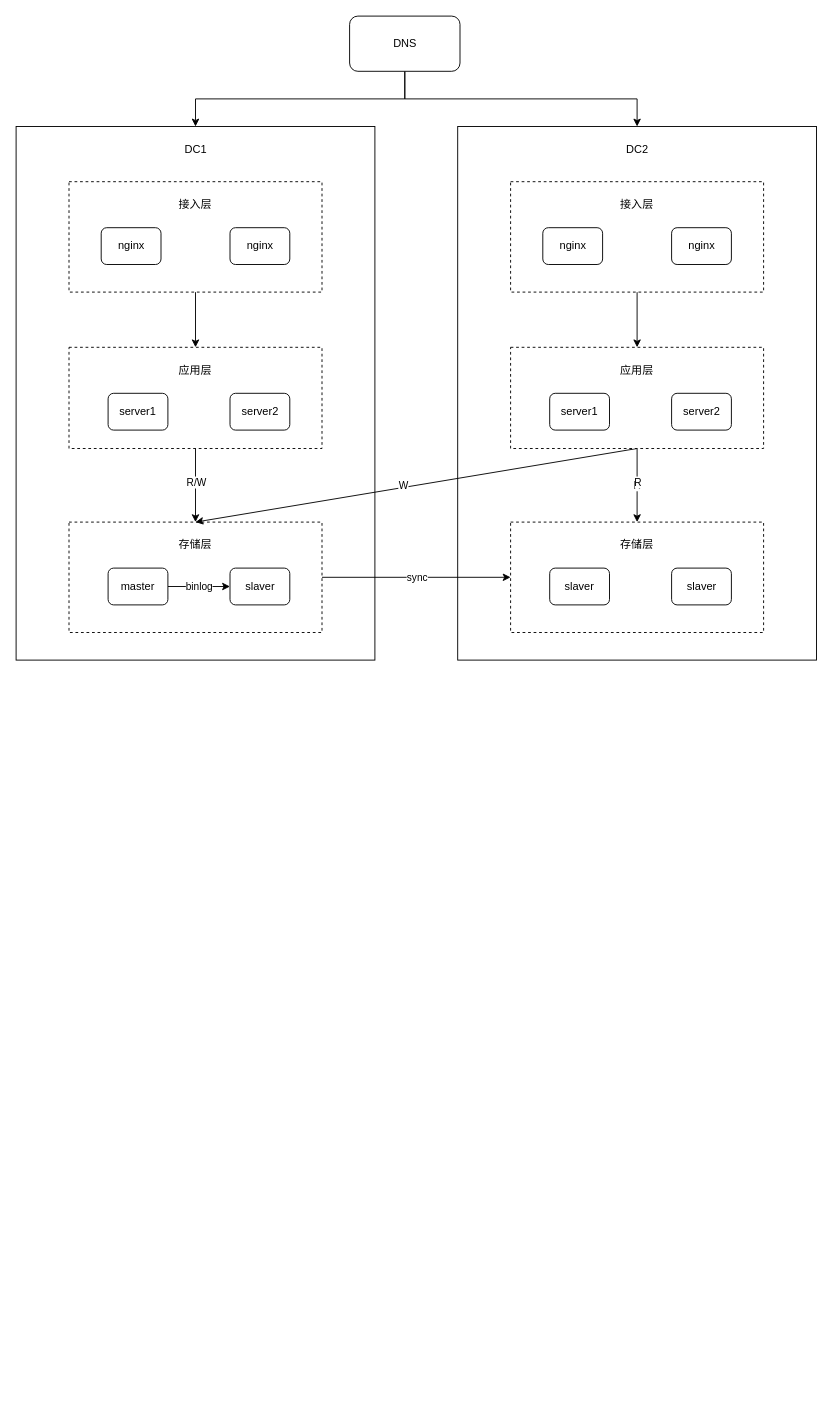
develop-assistant/diagrams keeps this draw.io diagram as drawio/跨机房同步.drawio. Above is the earlier version. Source tidied: cells renumbered, new cells numbered last; positions are measured from the earlier drawing's top-left corner, leaving out a move shared by most shapes. Both pictures are drawn from the tidied source at 92%, with x=0, y=0 at pixel (16, 16).
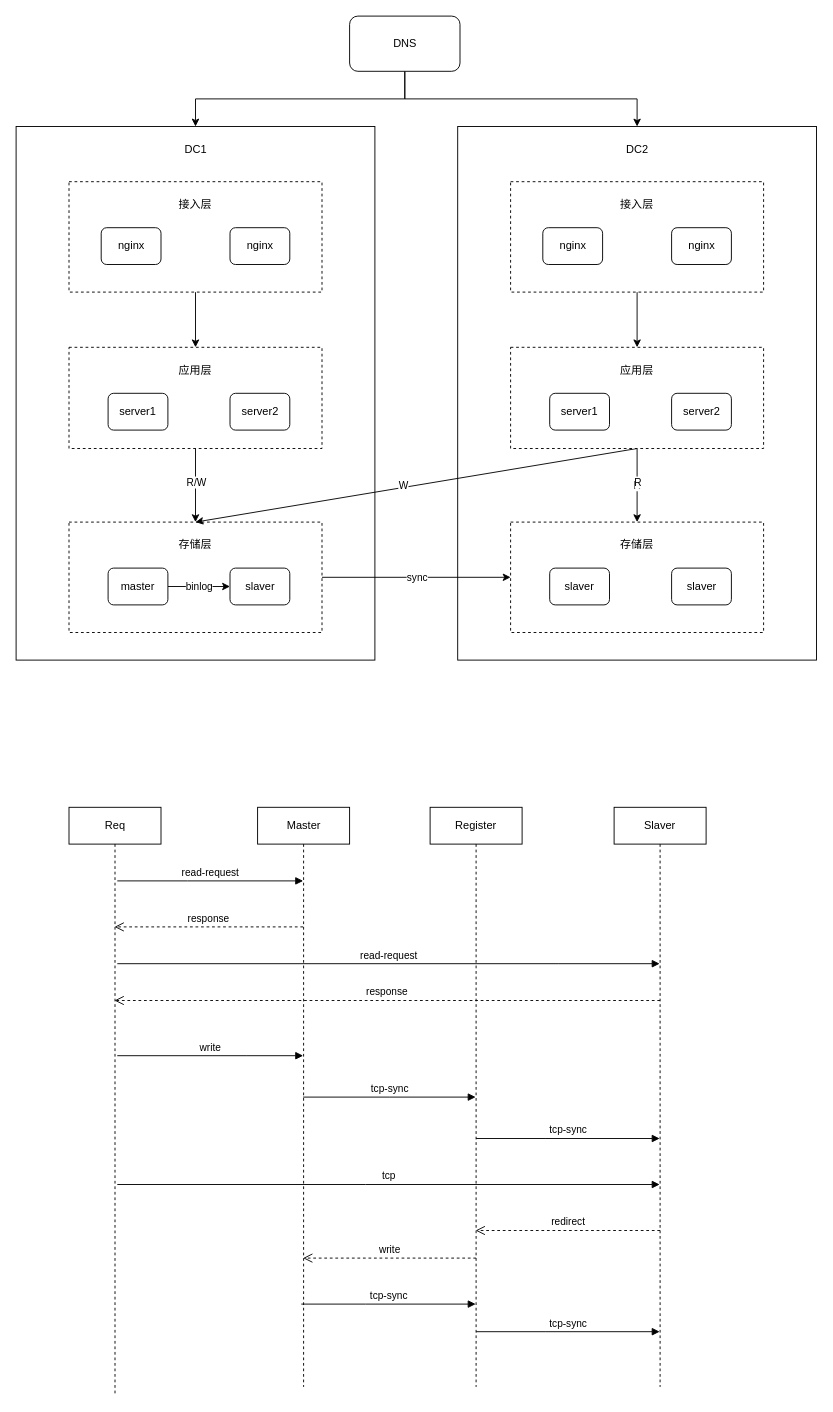
Above is the later version.

Commit message:
更新跨机房同步.drawio

What changed in the source:
```diff
@@
+    <mxCell id="43" value="Req" style="shape=umlLifeline;perimeter=lifelinePerimeter;whiteSpace=wrap;html=1;outlineConnect=0;portConstraint=eastwest;newEdgeStyle={&quot;edgeStyle&quot;:&quot;elbowEdgeStyle&quot;,&quot;elbow&quot;:&quot;vertical&quot;,&quot;curved&quot;:0,&quot;rounded&quot;:0};" parent="1" vertex="1">
+      <mxGeometry x="57.5" y="860" width="100" height="640" as="geometry" />
+    </mxCell>
+    <mxCell id="44" value="Master" style="shape=umlLifeline;perimeter=lifelinePerimeter;whiteSpace=wrap;html=1;outlineConnect=0;portConstraint=eastwest;newEdgeStyle={&quot;edgeStyle&quot;:&quot;elbowEdgeStyle&quot;,&quot;elbow&quot;:&quot;vertical&quot;,&quot;curved&quot;:0,&quot;rounded&quot;:0};" parent="1" vertex="1">
+      <mxGeometry x="262.5" y="860" width="100" height="630" as="geometry" />
+    </mxCell>
+    <mxCell id="45" value="Register" style="shape=umlLifeline;perimeter=lifelinePerimeter;whiteSpace=wrap;html=1;outlineConnect=0;portConstraint=eastwest;newEdgeStyle={&quot;edgeStyle&quot;:&quot;elbowEdgeStyle&quot;,&quot;elbow&quot;:&quot;vertical&quot;,&quot;curved&quot;:0,&quot;rounded&quot;:0};" parent="1" vertex="1">
+      <mxGeometry x="450" y="860" width="100" height="630" as="geometry" />
+    </mxCell>
+    <mxCell id="46" value="Slaver" style="shape=umlLifeline;perimeter=lifelinePerimeter;whiteSpace=wrap;html=1;outlineConnect=0;portConstraint=eastwest;newEdgeStyle={&quot;edgeStyle&quot;:&quot;elbowEdgeStyle&quot;,&quot;elbow&quot;:&quot;vertical&quot;,&quot;curved&quot;:0,&quot;rounded&quot;:0};" parent="1" vertex="1">
+      <mxGeometry x="650" y="860" width="100" height="630" as="geometry" />
+    </mxCell>
+    <mxCell id="47" value="response" style="html=1;verticalAlign=bottom;endArrow=open;dashed=1;endSize=8;edgeStyle=elbowEdgeStyle;elbow=vertical;curved=0;rounded=0;" parent="1" edge="1" source="44" target="43">
+      <mxGeometry relative="1" as="geometry">
+        <Array as="points">
+          <mxPoint x="260" y="990" />
+        </Array>
+      </mxGeometry>
+    </mxCell>
+    <mxCell id="48" value="read-request" style="html=1;verticalAlign=bottom;endArrow=block;edgeStyle=elbowEdgeStyle;elbow=vertical;curved=0;rounded=0;" parent="1" edge="1" target="44">
+      <mxGeometry relative="1" as="geometry">
+        <mxPoint x="110" y="940" as="sourcePoint" />
+      </mxGeometry>
+    </mxCell>
+    <mxCell id="49" value="read-request" style="html=1;verticalAlign=bottom;endArrow=block;edgeStyle=elbowEdgeStyle;elbow=vertical;curved=0;rounded=0;" parent="1" edge="1" target="46">
+      <mxGeometry relative="1" as="geometry">
+        <mxPoint x="110" y="1030" as="sourcePoint" />
+        <Array as="points">
+          <mxPoint x="590" y="1030" />
+          <mxPoint x="240" y="1020" />
+        </Array>
+      </mxGeometry>
+    </mxCell>
+    <mxCell id="50" value="response" style="html=1;verticalAlign=bottom;endArrow=open;dashed=1;endSize=8;edgeStyle=elbowEdgeStyle;elbow=vertical;curved=0;rounded=0;" parent="1" edge="1" target="43">
+      <mxGeometry relative="1" as="geometry">
+        <mxPoint x="700" y="1070" as="sourcePoint" />
+        <Array as="points">
+          <mxPoint x="200" y="1070" />
+        </Array>
+      </mxGeometry>
+    </mxCell>
+    <mxCell id="51" value="write" style="html=1;verticalAlign=bottom;endArrow=block;edgeStyle=elbowEdgeStyle;elbow=vertical;curved=0;rounded=0;" parent="1" edge="1" target="44">
+      <mxGeometry relative="1" as="geometry">
+        <mxPoint x="110" y="1130" as="sourcePoint" />
+        <Array as="points">
+          <mxPoint x="250" y="1130" />
+        </Array>
+      </mxGeometry>
+    </mxCell>
+    <mxCell id="52" value="tcp-sync" style="html=1;verticalAlign=bottom;endArrow=block;edgeStyle=elbowEdgeStyle;elbow=vertical;curved=0;rounded=0;" parent="1" edge="1" source="44" target="45">
+      <mxGeometry relative="1" as="geometry" />
+    </mxCell>
+    <mxCell id="53" value="tcp-sync" style="html=1;verticalAlign=bottom;endArrow=block;edgeStyle=elbowEdgeStyle;elbow=vertical;curved=0;rounded=0;" parent="1" edge="1" target="46">
+      <mxGeometry relative="1" as="geometry">
+        <mxPoint x="500" y="1220" as="sourcePoint" />
+      </mxGeometry>
+    </mxCell>
+    <mxCell id="54" value="tcp" style="html=1;verticalAlign=bottom;endArrow=block;edgeStyle=elbowEdgeStyle;elbow=vertical;curved=0;rounded=0;" parent="1" edge="1" target="46">
+      <mxGeometry relative="1" as="geometry">
+        <mxPoint x="110" y="1270" as="sourcePoint" />
+      </mxGeometry>
+    </mxCell>
+    <mxCell id="55" value="redirect" style="html=1;verticalAlign=bottom;endArrow=open;dashed=1;endSize=8;edgeStyle=elbowEdgeStyle;elbow=vertical;curved=0;rounded=0;" parent="1" edge="1" target="45">
+      <mxGeometry relative="1" as="geometry">
+        <mxPoint x="700" y="1320" as="sourcePoint" />
+      </mxGeometry>
+    </mxCell>
+    <mxCell id="56" value="write" style="html=1;verticalAlign=bottom;endArrow=open;dashed=1;endSize=8;edgeStyle=elbowEdgeStyle;elbow=vertical;curved=0;rounded=0;" parent="1" edge="1" target="44">
+      <mxGeometry relative="1" as="geometry">
+        <mxPoint x="500" y="1350" as="sourcePoint" />
+      </mxGeometry>
+    </mxCell>
+    <mxCell id="57" value="tcp-sync" style="html=1;verticalAlign=bottom;endArrow=block;edgeStyle=elbowEdgeStyle;elbow=vertical;curved=0;rounded=0;" parent="1" edge="1" target="45">
+      <mxGeometry relative="1" as="geometry">
+        <mxPoint x="310" y="1400" as="sourcePoint" />
+      </mxGeometry>
+    </mxCell>
+    <mxCell id="58" value="tcp-sync" style="html=1;verticalAlign=bottom;endArrow=block;edgeStyle=elbowEdgeStyle;elbow=vertical;curved=0;rounded=0;" parent="1" edge="1" target="46">
+      <mxGeometry relative="1" as="geometry">
+        <mxPoint x="500" y="1430" as="sourcePoint" />
+      </mxGeometry>
+    </mxCell>
```
